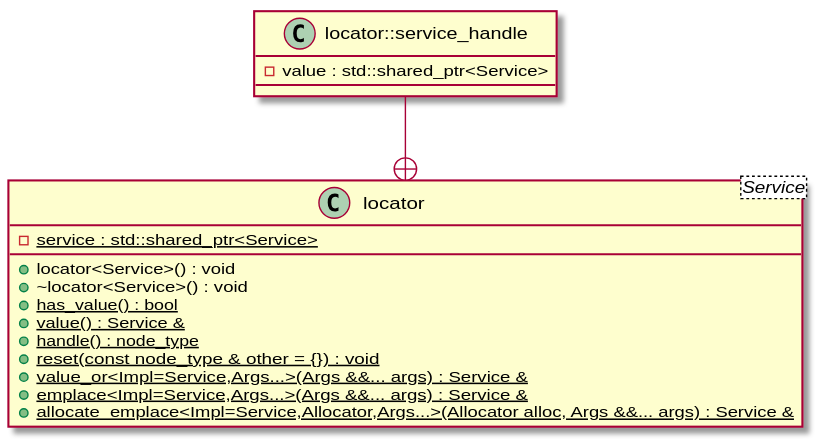
bkryza/clang-uml-examples keeps this PlantUML diagram as entt/puml/locator_class_diagram.svg. Above is the earlier version.
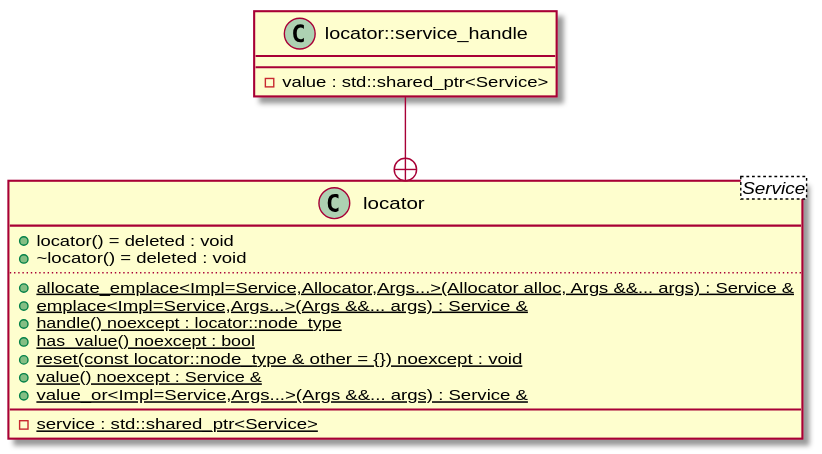
Above is the later version.

What changed in the source:
```diff
@@ -1,19 +1,22 @@
 @startuml
 class "locator<Service>" as C_0002057168254138054942
 class C_0002057168254138054942 [[https://github.com/skypjack/entt/blob/fef921132cae7588213d0f9bcd2fb9c8ffd8b7fc/src/entt/locator/locator.hpp#L27{locator}]] {
-+locator<Service>() : void
-+~locator<Service>() : void
-{static} +has_value() : bool
-{static} +value() : Service &
-{static} +handle() : node_type
-{static} +reset(const node_type & other = {}) : void
++locator() = deleted : void
++~locator() = deleted : void
+..
+{static} +allocate_emplace<Impl=Service,Allocator,Args...>(Allocator alloc, Args &&... args) : Service &
+{static} +emplace<Impl=Service,Args...>(Args &&... args) : Service &
+{static} +handle() noexcept : locator::node_type
+{static} +has_value() noexcept : bool
+{static} +reset(const locator::node_type & other = {}) noexcept : void
+{static} +value() noexcept : Service &
 {static} +value_or<Impl=Service,Args...>(Args &&... args) : Service &
-{static} +emplace<Impl=Service,Args...>(Args &&... args) : Service &
-{static} +allocate_emplace<Impl=Service,Allocator,Args...>(Allocator alloc, Args &&... args) : Service &
+__
 {static} -service : std::shared_ptr<Service> [[[https://github.com/skypjack/entt/blob/fef921132cae7588213d0f9bcd2fb9c8ffd8b7fc/src/entt/locator/locator.hpp#L130{service}]]]
 }
 class "locator::service_handle" as C_0002252539691859806017
 class C_0002252539691859806017 [[https://github.com/skypjack/entt/blob/fef921132cae7588213d0f9bcd2fb9c8ffd8b7fc/src/entt/locator/locator.hpp#L28{locator##service_handle}]] {
+__
 -value : std::shared_ptr<Service> [[[https://github.com/skypjack/entt/blob/fef921132cae7588213d0f9bcd2fb9c8ffd8b7fc/src/entt/locator/locator.hpp#L30{value}]]]
 }
 C_0002252539691859806017 --+ C_0002057168254138054942
```
